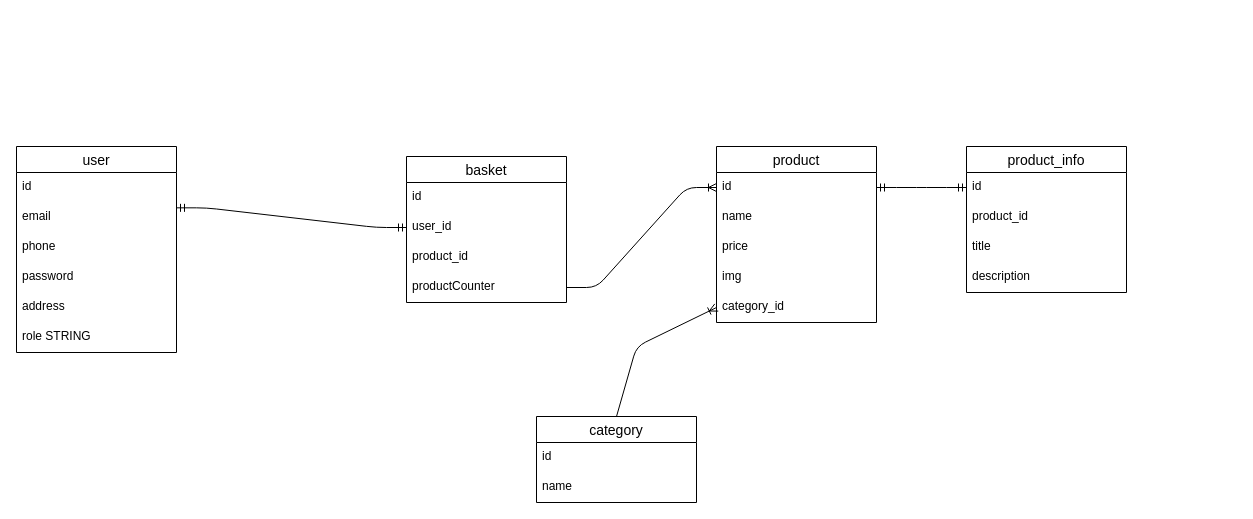
This is DB_diagram_draw-io/mistry-food-box-DB.drawio from K1rush4/mystery-food-box, a draw.io file, before an edit. Source tidied: cells renumbered, new cells numbered last; positions are measured from the earlier drawing's top-left corner, leaving out a move shared by most shapes. Both pictures are drawn from the tidied source at 100%, with x=0, y=0 at pixel (16, 146).
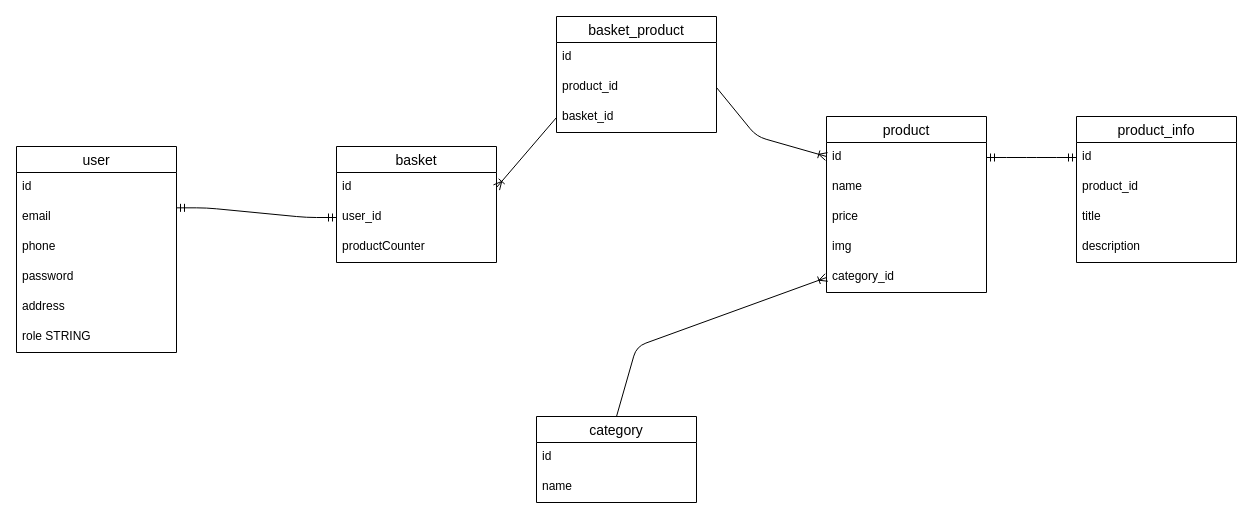
Above is the later version.

Unchanged cells that the change refers to:
```xml
<mxCell id="10" value="id" style="text;strokeColor=none;fillColor=none;spacingLeft=4;spacingRight=4;overflow=hidden;points=[[0,0.5],[1,0.5]];portConstraint=eastwest;fontSize=12;" parent="9" vertex="1">
  <mxGeometry y="26" width="160" height="30" as="geometry" />
</mxCell>
<mxCell id="16" value="id" style="text;strokeColor=none;fillColor=none;spacingLeft=4;spacingRight=4;overflow=hidden;points=[[0,0.5],[1,0.5]];portConstraint=eastwest;fontSize=12;" parent="15" vertex="1">
  <mxGeometry y="26" width="160" height="30" as="geometry" />
</mxCell>
```

Diff of the diagram source:
```diff
@@
     <mxCell id="9" value="basket" style="swimlane;fontStyle=0;horizontal=1;startSize=26;align=center;fontSize=14;" parent="1" vertex="1">
-      <mxGeometry x="390" y="10" width="160" height="146" as="geometry" />
+      <mxGeometry x="320" width="160" height="116" as="geometry" />
     </mxCell>
@@
-    <mxCell id="12" value="product_id" style="text;strokeColor=none;fillColor=none;spacingLeft=4;spacingRight=4;overflow=hidden;points=[[0,0.5],[1,0.5]];portConstraint=eastwest;fontSize=12;" parent="9" vertex="1">
-      <mxGeometry y="86" width="160" height="30" as="geometry" />
-    </mxCell>
     <mxCell id="13" value="productCounter" style="text;strokeColor=none;fillColor=none;spacingLeft=4;spacingRight=4;overflow=hidden;points=[[0,0.5],[1,0.5]];portConstraint=eastwest;fontSize=12;" parent="9" vertex="1">
-      <mxGeometry y="116" width="160" height="30" as="geometry" />
+      <mxGeometry y="86" width="160" height="30" as="geometry" />
     </mxCell>
@@
     <mxCell id="15" value="product" style="swimlane;fontStyle=0;horizontal=1;startSize=26;align=center;fontSize=14;" parent="1" vertex="1">
-      <mxGeometry x="700" width="160" height="176" as="geometry" />
+      <mxGeometry x="810" y="-30" width="160" height="176" as="geometry" />
     </mxCell>
@@
     <mxCell id="25" value="product_info" style="swimlane;fontStyle=0;horizontal=1;startSize=26;align=center;fontSize=14;" parent="1" vertex="1">
-      <mxGeometry x="950" width="160" height="146" as="geometry" />
+      <mxGeometry x="1060" y="-30" width="160" height="146" as="geometry" />
     </mxCell>
@@
-    <mxCell id="30" style="edgeStyle=entityRelationEdgeStyle;fontSize=12;html=1;endArrow=ERoneToMany;exitX=1;exitY=0.5;exitDx=0;exitDy=0;entryX=0;entryY=0.5;entryDx=0;entryDy=0;" parent="1" edge="1" source="13" target="16">
-      <mxGeometry relative="1" as="geometry" />
-    </mxCell>
@@
+    <mxCell id="32" value="basket_product" style="swimlane;fontStyle=0;horizontal=1;startSize=26;align=center;fontSize=14;" parent="1" vertex="1">
+      <mxGeometry x="540" y="-130" width="160" height="116" as="geometry" />
+    </mxCell>
+    <mxCell id="33" value="id" style="text;strokeColor=none;fillColor=none;spacingLeft=4;spacingRight=4;overflow=hidden;fontSize=12;" parent="32" vertex="1">
+      <mxGeometry y="26" width="160" height="30" as="geometry" />
+    </mxCell>
+    <mxCell id="12" value="product_id" style="text;strokeColor=none;fillColor=none;spacingLeft=4;spacingRight=4;overflow=hidden;points=[[0,0.5],[1,0.5]];portConstraint=eastwest;fontSize=12;" parent="32" vertex="1">
+      <mxGeometry y="56" width="160" height="30" as="geometry" />
+    </mxCell>
+    <mxCell id="34" value="basket_id" style="text;strokeColor=none;fillColor=none;spacingLeft=4;spacingRight=4;overflow=hidden;points=[[0,0.5],[1,0.5]];portConstraint=eastwest;fontSize=12;" parent="32" vertex="1">
+      <mxGeometry y="86" width="160" height="30" as="geometry" />
+    </mxCell>
+    <mxCell id="35" style="fontSize=12;html=1;endArrow=ERoneToMany;exitX=1;exitY=0.5;exitDx=0;exitDy=0;entryX=0;entryY=0.5;entryDx=0;entryDy=0;" parent="1" edge="1" source="12">
+      <mxGeometry relative="1" as="geometry">
+        <mxPoint x="810" y="10" as="targetPoint" />
+        <Array as="points">
+          <mxPoint x="740" y="-10" />
+        </Array>
+      </mxGeometry>
+    </mxCell>
+    <mxCell id="36" style="fontSize=12;html=1;endArrow=ERoneToMany;exitX=0;exitY=0.5;exitDx=0;exitDy=0;entryX=1;entryY=0.5;entryDx=0;entryDy=0;" parent="1" edge="1" source="34" target="10">
+      <mxGeometry relative="1" as="geometry" />
+    </mxCell>
```
